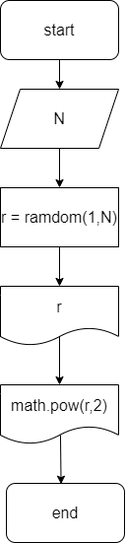
Earlier version of the draw.io export ex000.drawio.png (MNXACb/introduction-to-programming). Source tidied: cells renumbered, new cells last; positions are measured from the earlier drawing's top-left corner, leaving out a move shared by most shapes.
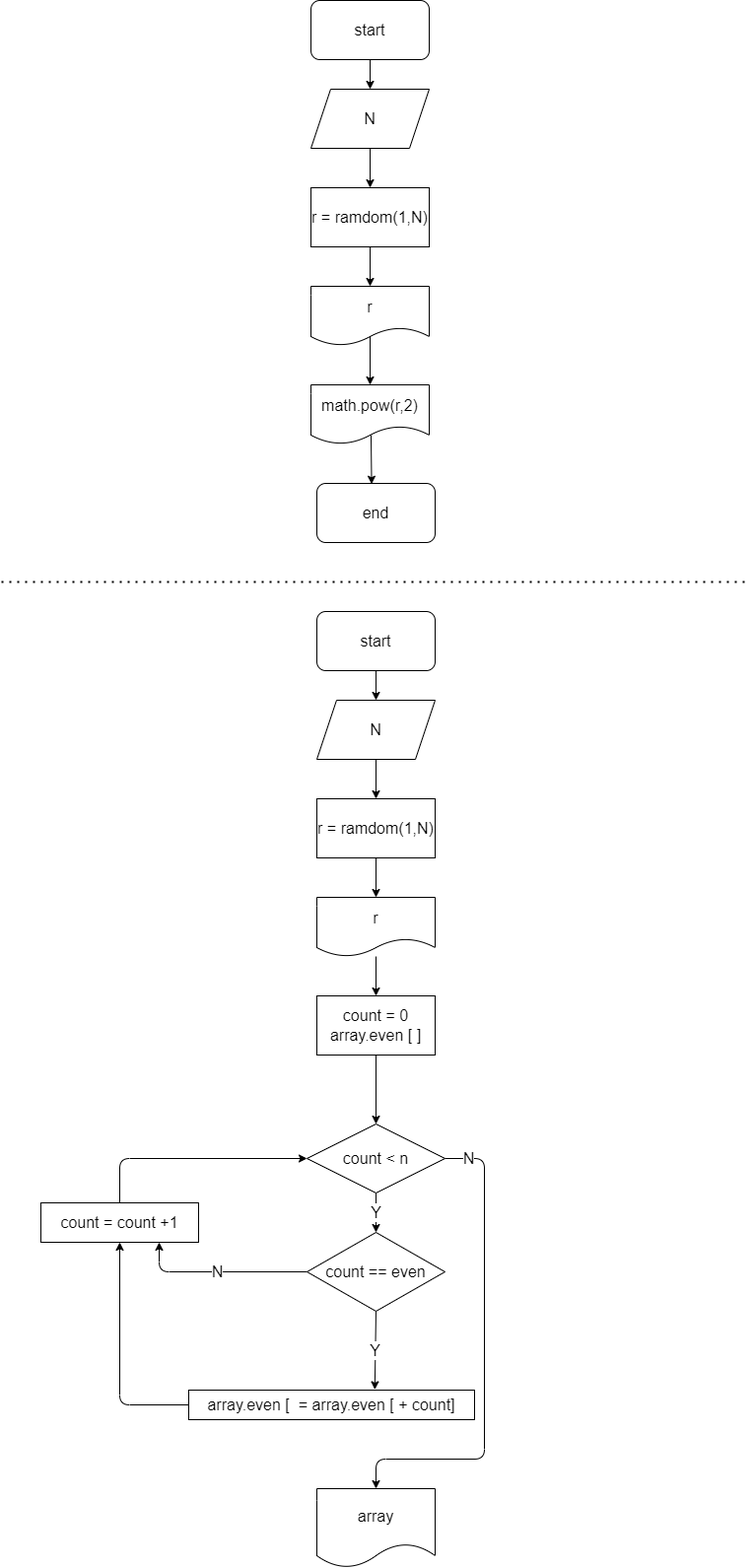
The same file after the commit.

Commit message:
added task 3. not shure about the solution

Diff of the diagram source:
```diff
@@ -35,5 +35,92 @@
     <mxCell id="12" value="math.pow(r,2)" style="shape=document;whiteSpace=wrap;html=1;boundedLbl=1;fontSize=16;strokeWidth=1;" parent="1" vertex="1">
       <mxGeometry y="390" width="120" height="60" as="geometry" />
     </mxCell>
+    <mxCell id="13" style="endArrow=none;dashed=1;html=1;dashPattern=1 3;strokeWidth=2;fontSize=16;" parent="1" edge="1">
+      <mxGeometry relative="1" as="geometry">
+        <mxPoint x="-314" y="590" as="sourcePoint" />
+        <mxPoint x="446" y="590" as="targetPoint" />
+      </mxGeometry>
+    </mxCell>
+    <mxCell id="14" style="edgeStyle=none;html=1;exitX=0.5;exitY=1;exitDx=0;exitDy=0;entryX=0.5;entryY=0;entryDx=0;entryDy=0;strokeWidth=1;fontSize=16;" parent="1" edge="1" source="15" target="17">
+      <mxGeometry relative="1" as="geometry" />
+    </mxCell>
+    <mxCell id="15" value="start" style="rounded=1;whiteSpace=wrap;html=1;fontSize=16;strokeWidth=1;" parent="1" vertex="1">
+      <mxGeometry x="6" y="620" width="120" height="60" as="geometry" />
+    </mxCell>
+    <mxCell id="16" style="edgeStyle=none;html=1;exitX=0.5;exitY=1;exitDx=0;exitDy=0;entryX=0.5;entryY=0;entryDx=0;entryDy=0;strokeWidth=1;fontSize=16;" parent="1" edge="1" source="17" target="19">
+      <mxGeometry relative="1" as="geometry" />
+    </mxCell>
+    <mxCell id="17" value="N" style="shape=parallelogram;perimeter=parallelogramPerimeter;whiteSpace=wrap;html=1;fixedSize=1;strokeWidth=1;fontSize=16;" parent="1" vertex="1">
+      <mxGeometry x="6" y="710" width="120" height="60" as="geometry" />
+    </mxCell>
+    <mxCell id="18" style="edgeStyle=none;html=1;exitX=0.5;exitY=1;exitDx=0;exitDy=0;entryX=0.5;entryY=0;entryDx=0;entryDy=0;fontSize=16;strokeWidth=1;" parent="1" edge="1" source="19" target="21">
+      <mxGeometry relative="1" as="geometry" />
+    </mxCell>
+    <mxCell id="19" value="r = ramdom(1,N)" style="rounded=0;whiteSpace=wrap;html=1;strokeWidth=1;fontSize=16;" parent="1" vertex="1">
+      <mxGeometry x="6" y="810" width="120" height="60" as="geometry" />
+    </mxCell>
+    <mxCell id="20" style="edgeStyle=none;html=1;fontSize=16;strokeWidth=1;entryX=0.5;entryY=0;entryDx=0;entryDy=0;" parent="1" edge="1" source="21" target="23">
+      <mxGeometry relative="1" as="geometry" />
+    </mxCell>
+    <mxCell id="21" value="r" style="shape=document;whiteSpace=wrap;html=1;boundedLbl=1;fontSize=16;strokeWidth=1;" parent="1" vertex="1">
+      <mxGeometry x="6" y="910" width="120" height="60" as="geometry" />
+    </mxCell>
+    <mxCell id="22" style="edgeStyle=none;html=1;fontSize=16;strokeWidth=1;" parent="1" edge="1" source="23" target="26">
+      <mxGeometry relative="1" as="geometry" />
+    </mxCell>
+    <mxCell id="23" value="count = 0&lt;br&gt;array.even [ ]" style="whiteSpace=wrap;html=1;fontSize=16;strokeWidth=1;" parent="1" vertex="1">
+      <mxGeometry x="6" y="1010" width="120" height="60" as="geometry" />
+    </mxCell>
+    <mxCell id="24" value="Y" style="edgeStyle=none;html=1;fontSize=16;strokeWidth=1;entryX=0.5;entryY=0;entryDx=0;entryDy=0;" parent="1" edge="1" source="26" target="29">
+      <mxGeometry relative="1" as="geometry" />
+    </mxCell>
+    <mxCell id="25" value="N" style="edgeStyle=none;html=1;exitX=1;exitY=0.5;exitDx=0;exitDy=0;fontSize=16;strokeWidth=1;entryX=0.5;entryY=0;entryDx=0;entryDy=0;" parent="1" edge="1" source="26" target="32">
+      <mxGeometry x="-0.9" relative="1" as="geometry">
+        <Array as="points">
+          <mxPoint x="176" y="1175" />
+          <mxPoint x="176" y="1480" />
+          <mxPoint x="66" y="1480" />
+        </Array>
+      </mxGeometry>
+    </mxCell>
+    <mxCell id="26" value="count &amp;lt; n" style="rhombus;whiteSpace=wrap;html=1;fontSize=16;strokeWidth=1;" parent="1" vertex="1">
+      <mxGeometry x="-4" y="1140" width="140" height="70" as="geometry" />
+    </mxCell>
+    <mxCell id="27" value="Y" style="edgeStyle=none;html=1;exitX=0.5;exitY=1;exitDx=0;exitDy=0;entryX=0.651;entryY=-0.018;entryDx=0;entryDy=0;entryPerimeter=0;fontSize=16;strokeWidth=1;" parent="1" edge="1" source="29" target="31">
+      <mxGeometry relative="1" as="geometry" />
+    </mxCell>
+    <mxCell id="28" value="N" style="edgeStyle=none;html=1;exitX=0;exitY=0.5;exitDx=0;exitDy=0;entryX=0.75;entryY=1;entryDx=0;entryDy=0;fontSize=16;strokeWidth=1;" parent="1" edge="1" source="29" target="34">
+      <mxGeometry relative="1" as="geometry">
+        <Array as="points">
+          <mxPoint x="-154" y="1290" />
+        </Array>
+      </mxGeometry>
+    </mxCell>
+    <mxCell id="29" value="count == even" style="rhombus;whiteSpace=wrap;html=1;fontSize=16;strokeWidth=1;" parent="1" vertex="1">
+      <mxGeometry x="-4" y="1250" width="140" height="80" as="geometry" />
+    </mxCell>
+    <mxCell id="30" style="edgeStyle=none;html=1;exitX=0;exitY=0.5;exitDx=0;exitDy=0;fontSize=16;strokeWidth=1;entryX=0.5;entryY=1;entryDx=0;entryDy=0;" parent="1" edge="1" source="31" target="34">
+      <mxGeometry relative="1" as="geometry">
+        <Array as="points">
+          <mxPoint x="-194" y="1425" />
+        </Array>
+      </mxGeometry>
+    </mxCell>
+    <mxCell id="31" value="array.even [&amp;nbsp;&amp;nbsp;= array.even [&amp;nbsp;+ count]" style="rounded=0;whiteSpace=wrap;html=1;fontSize=16;strokeWidth=1;" parent="1" vertex="1">
+      <mxGeometry x="-124" y="1410" width="290" height="30" as="geometry" />
+    </mxCell>
+    <mxCell id="32" value="array" style="shape=document;whiteSpace=wrap;html=1;boundedLbl=1;fontSize=16;strokeWidth=1;" parent="1" vertex="1">
+      <mxGeometry x="6" y="1510" width="120" height="80" as="geometry" />
+    </mxCell>
+    <mxCell id="33" style="edgeStyle=none;html=1;exitX=0.5;exitY=0;exitDx=0;exitDy=0;entryX=0;entryY=0.5;entryDx=0;entryDy=0;fontSize=16;strokeWidth=1;" parent="1" edge="1" source="34" target="26">
+      <mxGeometry relative="1" as="geometry">
+        <Array as="points">
+          <mxPoint x="-194" y="1175" />
+        </Array>
+      </mxGeometry>
+    </mxCell>
+    <mxCell id="34" value="&lt;span&gt;count = count +1&lt;/span&gt;" style="rounded=0;whiteSpace=wrap;html=1;fontSize=16;strokeWidth=1;" parent="1" vertex="1">
+      <mxGeometry x="-274" y="1220" width="160" height="40" as="geometry" />
+    </mxCell>
   </root>
 </mxGraphModel>
```
